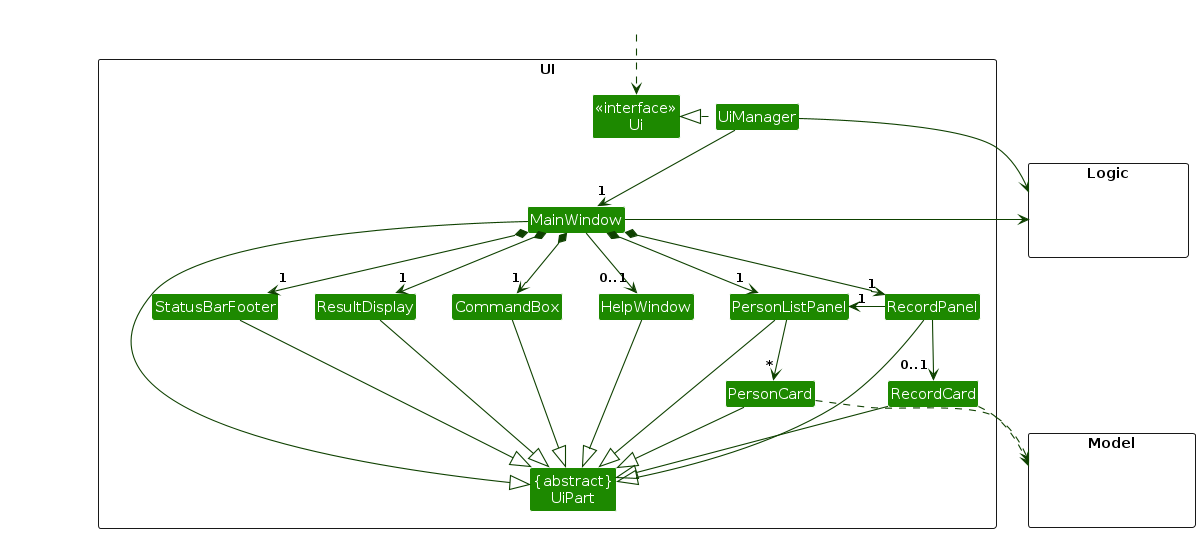
This is diagrams/UiClassDiagram.png from AaronJT1/tp, a PlantUML export, as it was before one commit. Its source is kept beside it as diagrams/UiClassDiagram.puml. Source of this version:
```plantuml
@startuml
!include style.puml
skinparam arrowThickness 1.1
skinparam arrowColor UI_COLOR_T4
skinparam classBackgroundColor UI_COLOR

package UI <<Rectangle>>{
Class "<<interface>>\nUi" as Ui
Class "{abstract}\nUiPart" as UiPart
Class UiManager
Class MainWindow
Class HelpWindow
Class ResultDisplay
Class PersonListPanel
Class PersonCard
Class StatusBarFooter
Class CommandBox
Class RecordCard
Class RecordPanel
}

package Model <<Rectangle>> {
Class HiddenModel #FFFFFF
}

package Logic <<Rectangle>> {
Class HiddenLogic #FFFFFF
}

Class HiddenOutside #FFFFFF
HiddenOutside ..> Ui

UiManager .left.|> Ui
UiManager -down-> "1" MainWindow
MainWindow *-down->  "1" CommandBox
MainWindow *-down-> "1" ResultDisplay
MainWindow *-down-> "1" PersonListPanel
MainWindow *-down-> "1" RecordPanel
MainWindow *-down-> "1" StatusBarFooter
MainWindow --> "0..1" HelpWindow

PersonListPanel -down-> "*" PersonCard
RecordPanel -down-> "0..1" RecordCard

RecordPanel -left-> "1" PersonListPanel

MainWindow -left-|> UiPart

ResultDisplay --|> UiPart
CommandBox --|> UiPart
PersonListPanel --|> UiPart
PersonCard --|> UiPart
RecordPanel --|> UiPart
RecordCard --|> UiPart
StatusBarFooter --|> UiPart
HelpWindow --|> UiPart

PersonCard ..> Model
RecordCard ..> Model
UiManager -right-> Logic
MainWindow -left-> Logic

PersonListPanel -[hidden]left- HelpWindow
HelpWindow -[hidden]left- CommandBox
CommandBox -[hidden]left- ResultDisplay
ResultDisplay -[hidden]left- StatusBarFooter

MainWindow -[hidden]-|> UiPart
@enduml
```
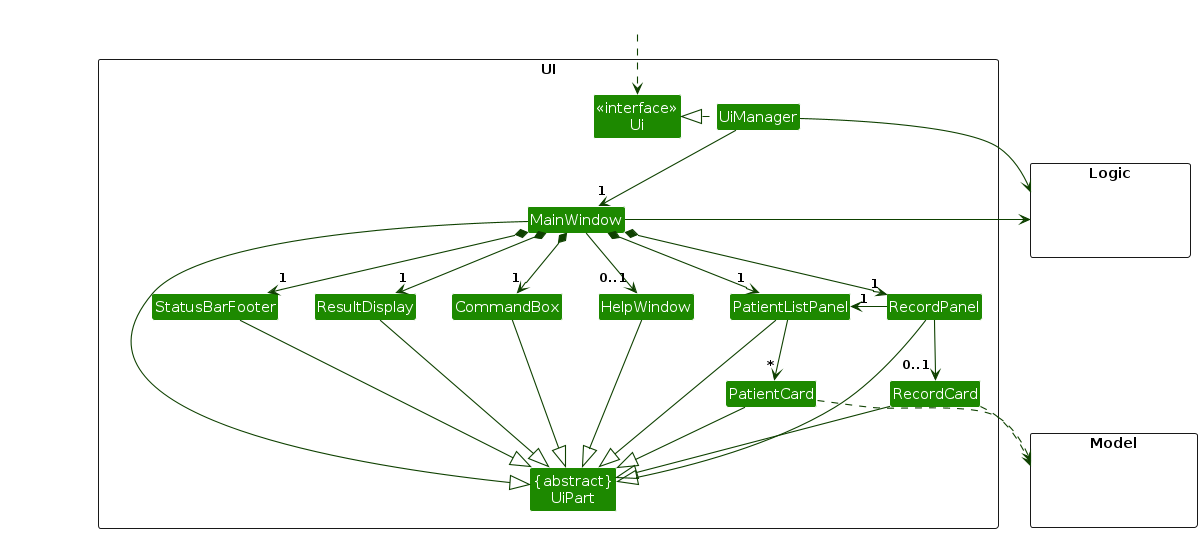
After the change.

The edit, as a diff of the source:
```diff
@@ -11,8 +11,8 @@
 Class MainWindow
 Class HelpWindow
 Class ResultDisplay
-Class PersonListPanel
-Class PersonCard
+Class PatientListPanel
+Class PatientCard
 Class StatusBarFooter
 Class CommandBox
 Class RecordCard
@@ -34,33 +34,33 @@
 UiManager -down-> "1" MainWindow
 MainWindow *-down->  "1" CommandBox
 MainWindow *-down-> "1" ResultDisplay
-MainWindow *-down-> "1" PersonListPanel
+MainWindow *-down-> "1" PatientListPanel
 MainWindow *-down-> "1" RecordPanel
 MainWindow *-down-> "1" StatusBarFooter
 MainWindow --> "0..1" HelpWindow
 
-PersonListPanel -down-> "*" PersonCard
+PatientListPanel -down-> "*" PatientCard
 RecordPanel -down-> "0..1" RecordCard
 
-RecordPanel -left-> "1" PersonListPanel
+RecordPanel -left-> "1" PatientListPanel
 
 MainWindow -left-|> UiPart
 
 ResultDisplay --|> UiPart
 CommandBox --|> UiPart
-PersonListPanel --|> UiPart
-PersonCard --|> UiPart
+PatientListPanel --|> UiPart
+PatientCard --|> UiPart
 RecordPanel --|> UiPart
 RecordCard --|> UiPart
 StatusBarFooter --|> UiPart
 HelpWindow --|> UiPart
 
-PersonCard ..> Model
+PatientCard ..> Model
 RecordCard ..> Model
 UiManager -right-> Logic
 MainWindow -left-> Logic
 
-PersonListPanel -[hidden]left- HelpWindow
+PatientListPanel -[hidden]left- HelpWindow
 HelpWindow -[hidden]left- CommandBox
 CommandBox -[hidden]left- ResultDisplay
 ResultDisplay -[hidden]left- StatusBarFooter
```
